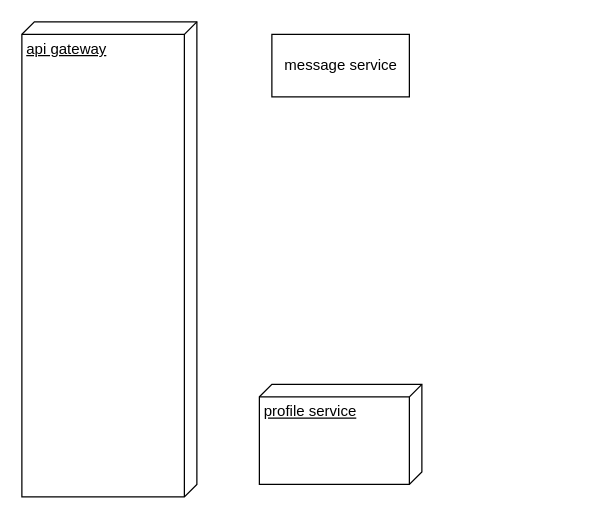
Above: page "Page-1" (1 of 2) of Untitled Diagram.drawio in AyushDocs/whatsapp-spring-cloud-clone (draw.io), before the change. Source tidied: cells renumbered, new cells numbered last; positions are measured from the earlier drawing's top-left corner, leaving out a move shared by most shapes. Both pictures are drawn from the tidied source at 125%, with x=0, y=0 at pixel (21, 21).
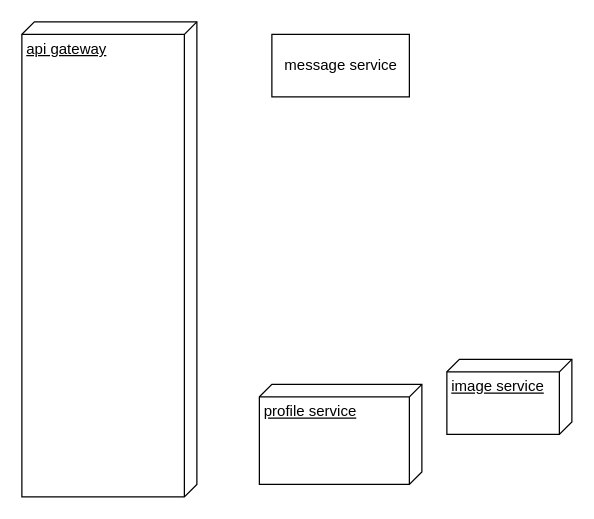
The same diagram, later.

Diff of the diagram source:
```diff
@@
 <mxGraphModel>
   <root>
     <mxCell id="0" />
     <mxCell id="1" parent="0" />
     <mxCell id="2" value="api gateway&lt;br&gt;" style="verticalAlign=top;align=left;spacingTop=8;spacingLeft=2;spacingRight=12;shape=cube;size=10;direction=south;fontStyle=4;html=1;" parent="1" vertex="1">
       <mxGeometry width="140" height="380" as="geometry" />
     </mxCell>
     <mxCell id="3" value="message service" style="html=1;" parent="1" vertex="1">
       <mxGeometry x="200" y="10" width="110" height="50" as="geometry" />
     </mxCell>
     <mxCell id="4" value="profile service" style="verticalAlign=top;align=left;spacingTop=8;spacingLeft=2;spacingRight=12;shape=cube;size=10;direction=south;fontStyle=4;html=1;" parent="1" vertex="1">
       <mxGeometry x="190" y="290" width="130" height="80" as="geometry" />
     </mxCell>
+    <mxCell id="5" value="image service" style="verticalAlign=top;align=left;spacingTop=8;spacingLeft=2;spacingRight=12;shape=cube;size=10;direction=south;fontStyle=4;html=1;" parent="1" vertex="1">
+      <mxGeometry x="340" y="270" width="100" height="60" as="geometry" />
+    </mxCell>
   </root>
 </mxGraphModel>
```
